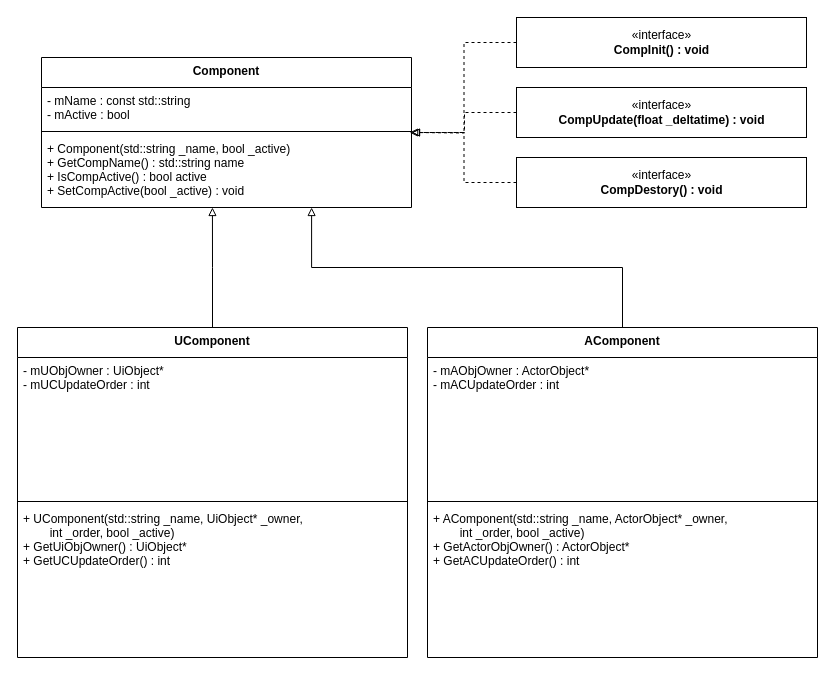
HIBICUS-CAI/NinAtHome_OpenGL keeps this draw.io diagram as page "component" (3 of 7) of MyNinDesign.drawio. Above is the earlier version. Source tidied: cells renumbered, new cells numbered last; positions are measured from the earlier drawing's top-left corner, leaving out a move shared by most shapes. Both pictures are drawn from the tidied source at 100%, with x=0, y=0 at pixel (17, 17).
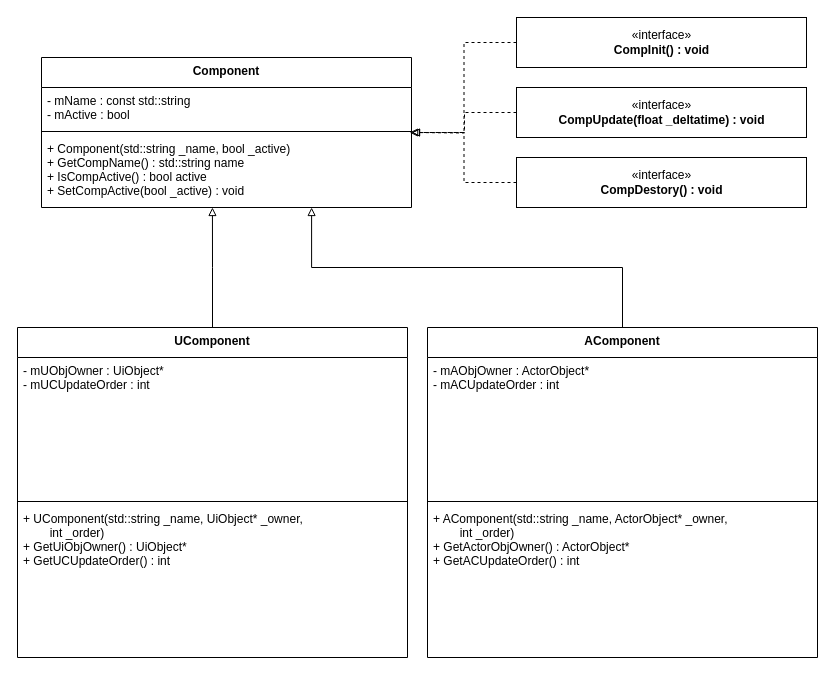
The same page after the edit.

Commit message (it also covers changes not shown here):
basic defination of UIOBJECT done

Unchanged cells that the change refers to:
```xml
<mxCell id="13" value="UComponent" style="swimlane;fontStyle=1;align=center;verticalAlign=top;horizontal=1;startSize=30;" parent="1" vertex="1">
  <mxGeometry y="310" width="390" height="330" as="geometry" />
</mxCell>
<mxCell id="18" value="AComponent" style="swimlane;fontStyle=1;align=center;verticalAlign=top;horizontal=1;startSize=30;" parent="1" vertex="1">
  <mxGeometry x="410" y="310" width="390" height="330" as="geometry" />
</mxCell>
```

Change to the diagram source:
```diff
@@
-    <mxCell id="16" value="+ UComponent(std::string _name, UiObject* _owner, &#10;        int _order, bool _active)&#10;+ GetUiObjOwner() : UiObject*&#10;+ GetUCUpdateOrder() : int" style="text;strokeColor=none;fillColor=none;align=left;verticalAlign=top;spacingLeft=4;spacingRight=4;overflow=hidden;" parent="13" vertex="1">
+    <mxCell id="16" value="+ UComponent(std::string _name, UiObject* _owner, &#10;        int _order)&#10;+ GetUiObjOwner() : UiObject*&#10;+ GetUCUpdateOrder() : int" style="text;strokeColor=none;fillColor=none;align=left;verticalAlign=top;spacingLeft=4;spacingRight=4;overflow=hidden;" parent="13" vertex="1">
       <mxGeometry y="178" width="390" height="152" as="geometry" />
     </mxCell>
@@
-    <mxCell id="21" value="+ AComponent(std::string _name, ActorObject* _owner,&#10;        int _order, bool _active)&#10;+ GetActorObjOwner() : ActorObject*&#10;+ GetACUpdateOrder() : int" style="text;strokeColor=none;fillColor=none;align=left;verticalAlign=top;spacingLeft=4;spacingRight=4;overflow=hidden;" parent="18" vertex="1">
+    <mxCell id="21" value="+ AComponent(std::string _name, ActorObject* _owner,&#10;        int _order)&#10;+ GetActorObjOwner() : ActorObject*&#10;+ GetACUpdateOrder() : int" style="text;strokeColor=none;fillColor=none;align=left;verticalAlign=top;spacingLeft=4;spacingRight=4;overflow=hidden;" parent="18" vertex="1">
       <mxGeometry y="178" width="390" height="152" as="geometry" />
     </mxCell>
```
